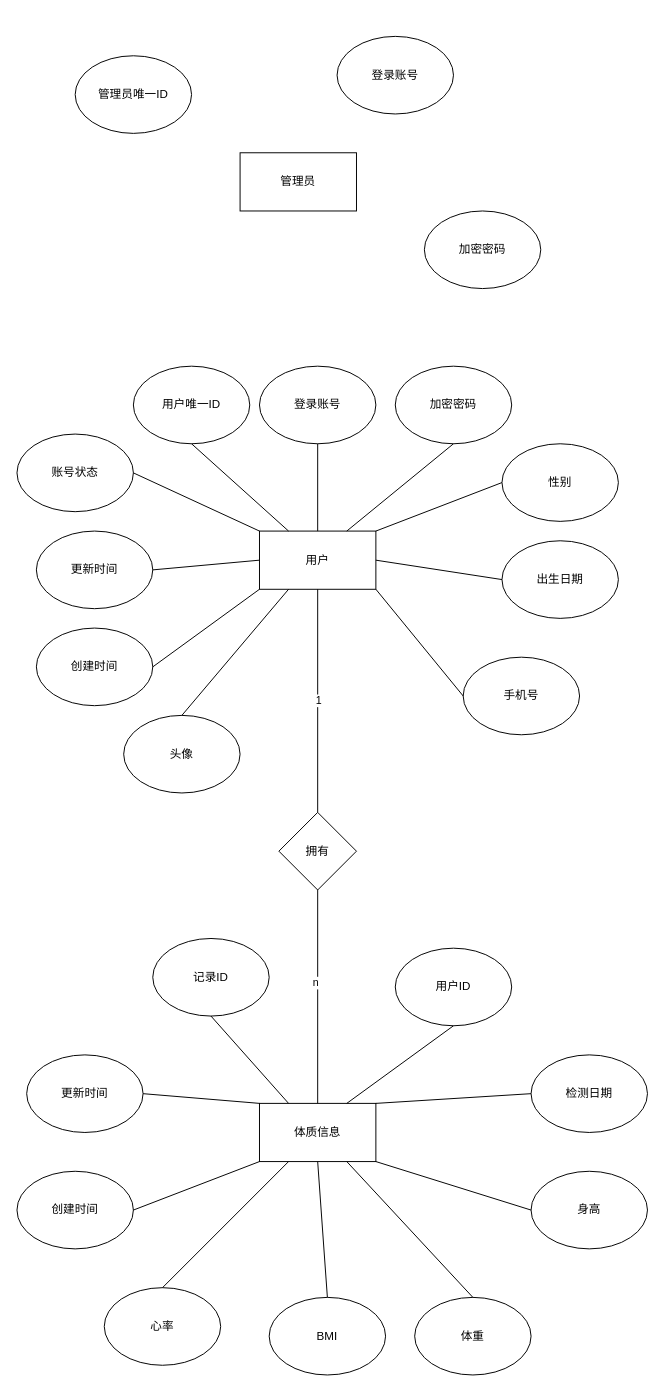
Earlier version of the draw.io diagram ER.drawio (Alkaidar/draw). Source tidied: cells renumbered, new cells numbered last; positions are measured from the earlier drawing's top-left corner, leaving out a move shared by most shapes. Both pictures are drawn from the tidied source at 97%, with x=0, y=0 at pixel (16, 36).
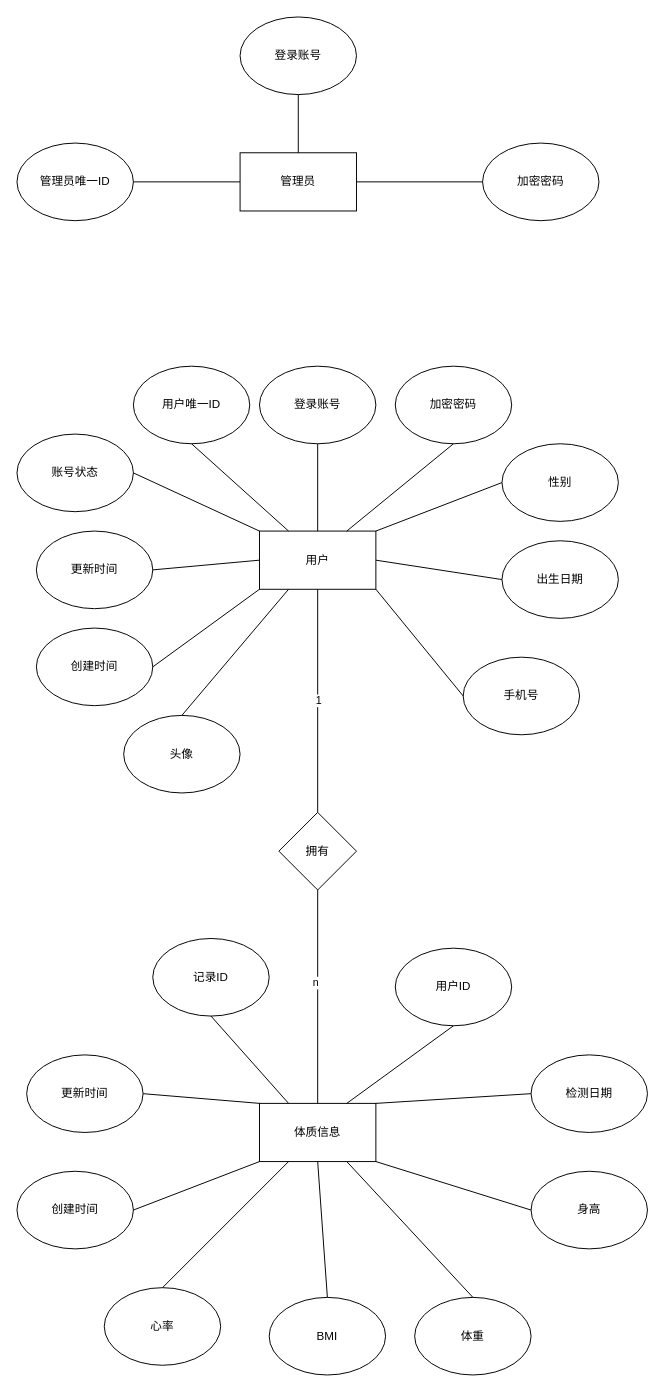
The same diagram, later.

The change refers to these unchanged cells:
```xml
<mxCell id="2" value="管理员" style="rounded=0;whiteSpace=wrap;html=1;" parent="1" vertex="1">
  <mxGeometry x="230" y="120" width="120" height="60" as="geometry" />
</mxCell>
```

Change to the diagram source:
```diff
@@
     <mxCell id="3" value="管理员唯一ID" style="ellipse;whiteSpace=wrap;html=1;" parent="1" vertex="1">
-      <mxGeometry x="60" y="20" width="120" height="80" as="geometry" />
+      <mxGeometry y="110" width="120" height="80" as="geometry" />
     </mxCell>
     <mxCell id="4" value="登录账号" style="ellipse;whiteSpace=wrap;html=1;" parent="1" vertex="1">
-      <mxGeometry x="330" width="120" height="80" as="geometry" />
+      <mxGeometry x="230" y="-20" width="120" height="80" as="geometry" />
     </mxCell>
     <mxCell id="5" value="加密密码" style="ellipse;whiteSpace=wrap;html=1;" parent="1" vertex="1">
-      <mxGeometry x="420" y="180" width="120" height="80" as="geometry" />
+      <mxGeometry x="480" y="110" width="120" height="80" as="geometry" />
     </mxCell>
@@
+    <mxCell id="51" style="endArrow=none;html=1;rounded=0;entryX=0.5;entryY=1;entryDx=0;entryDy=0;exitX=0.5;exitY=0;exitDx=0;exitDy=0;" parent="1" edge="1" source="2" target="4">
+      <mxGeometry relative="1" as="geometry" />
+    </mxCell>
+    <mxCell id="52" style="endArrow=none;html=1;rounded=0;exitX=1;exitY=0.5;exitDx=0;exitDy=0;entryX=0;entryY=0.5;entryDx=0;entryDy=0;" parent="1" edge="1" source="3" target="2">
+      <mxGeometry relative="1" as="geometry" />
+    </mxCell>
+    <mxCell id="53" style="endArrow=none;html=1;rounded=0;exitX=1;exitY=0.5;exitDx=0;exitDy=0;entryX=0;entryY=0.5;entryDx=0;entryDy=0;" parent="1" edge="1" source="2" target="5">
+      <mxGeometry relative="1" as="geometry" />
+    </mxCell>
```
